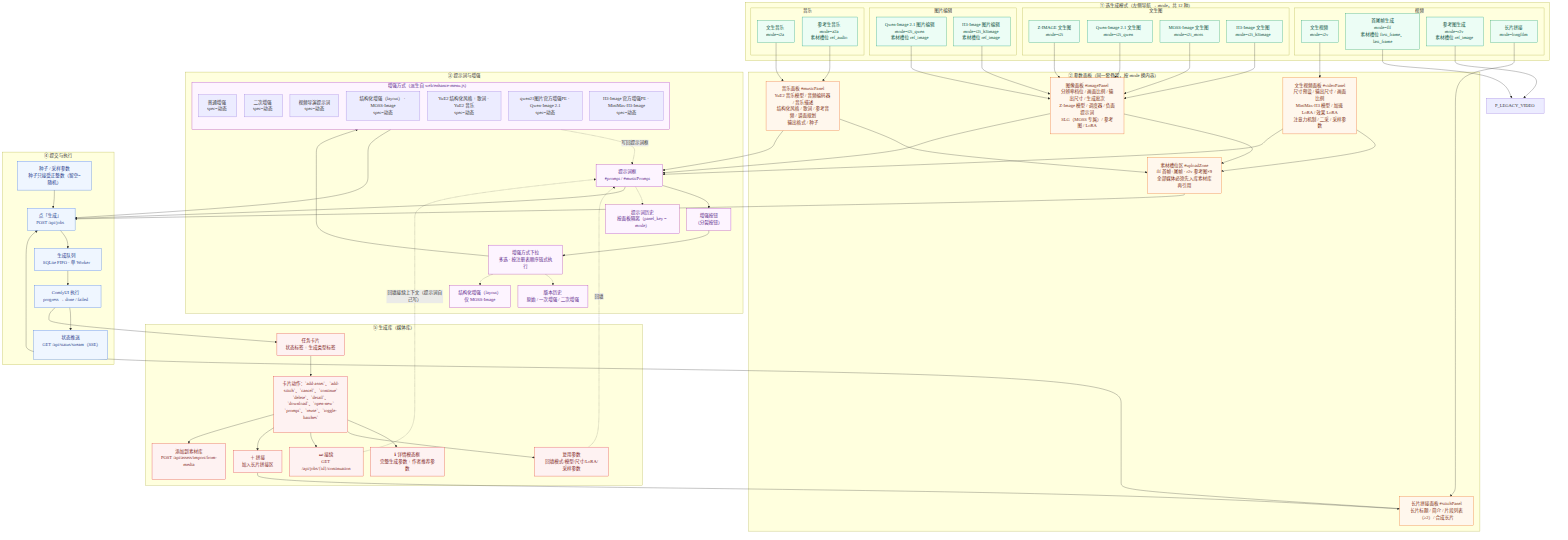
pixelaigc/ComfyUI-MiniMax-H3-Studio keeps this Mermaid diagram as docs/交互流程图-创作链路.png. Above is the earlier version. Its source is kept beside it as docs/交互流程图-创作链路.mmd.
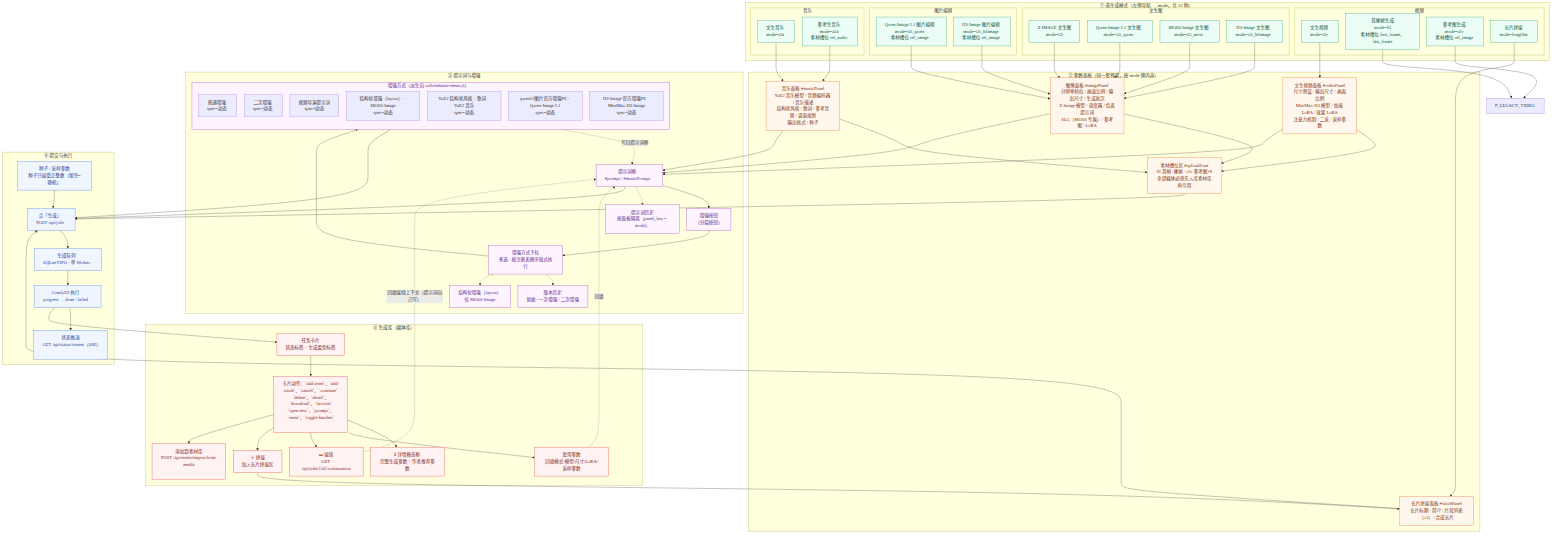
Above is the later version.

Diff of the diagram source:
```diff
@@ -108,7 +108,7 @@
   subgraph OUT["⑤ 生成库（媒体库）"]
     direction LR
     LIB["任务卡片<br/>状态标签 + 生成类型标签"]
-    ACTS["卡片动作：`add-asset`、`add-stitch`、`cancel`、`continue`<br/>`delete`、`detail`、`download`、`open-new`<br/>`prompt`、`reuse`、`toggle-batches`"]
+    ACTS["卡片动作：`add-asset`、`add-stitch`、`cancel`、`continue`<br/>`delete`、`detail`、`download`、`favorite`<br/>`open-new`、`prompt`、`reuse`、`toggle-batches`"]
     DETAIL["ℹ 详情模态框<br/>完整生成参数 + 作者推荐参数"]
     REUSE["复用参数<br/>回填模式/模型/尺寸/LoRA/采样参数"]
     CONT["⏭ 接续<br/>GET /api/jobs/{id}/continuation"]
```
